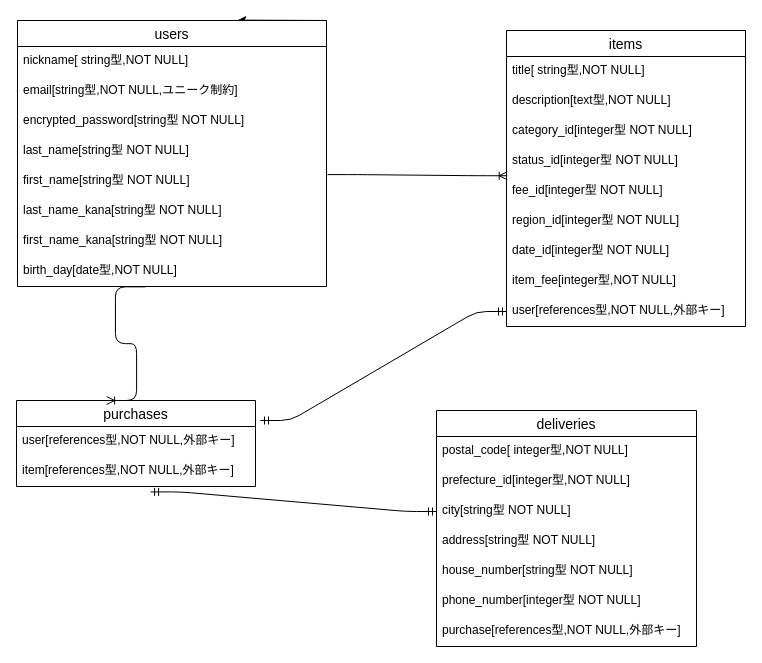
This is ER.dio from tokuno-masahiko/furima-38423, a draw.io file, before an edit. Source tidied: cells renumbered, new cells numbered last; positions are measured from the earlier drawing's top-left corner, leaving out a move shared by most shapes. Both pictures are drawn from the tidied source at 100%, with x=0, y=0 at pixel (16, 20).
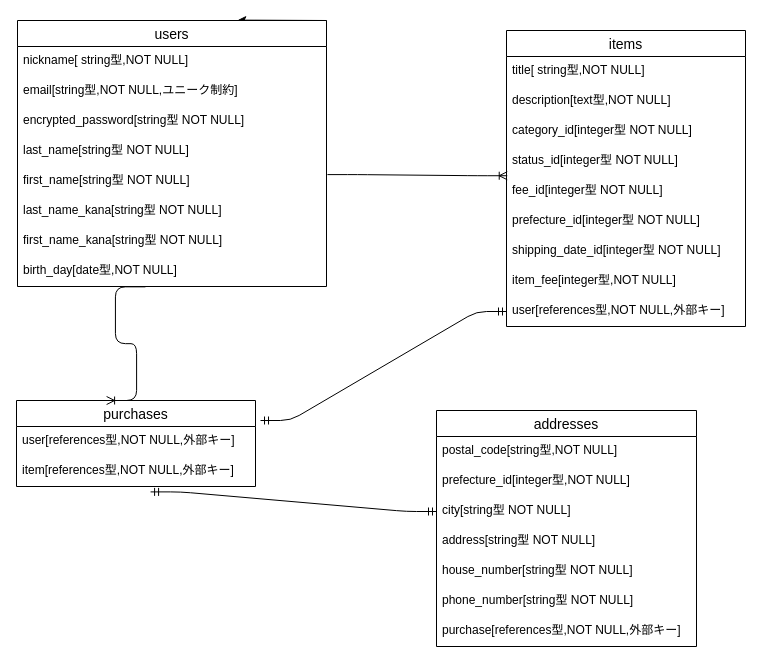
The same diagram, later.

Commit message (it also covers changes not shown here):
DB設計　再手直し

Unchanged cells that the change refers to:
```xml
<mxCell id="12" value="items" style="swimlane;fontStyle=0;horizontal=1;startSize=26;align=center;fontSize=14;" parent="1" vertex="1">
  <mxGeometry x="490" y="10" width="239" height="296" as="geometry" />
</mxCell>
```

What changed in the source:
```diff
@@
-    <mxCell id="18" value="region_id[integer型 NOT NULL]" style="text;strokeColor=none;fillColor=none;spacingLeft=4;spacingRight=4;overflow=hidden;fontSize=12;" parent="12" vertex="1">
+    <mxCell id="18" value="prefecture_id[integer型 NOT NULL]" style="text;strokeColor=none;fillColor=none;spacingLeft=4;spacingRight=4;overflow=hidden;fontSize=12;" parent="12" vertex="1">
       <mxGeometry y="176" width="239" height="30" as="geometry" />
     </mxCell>
-    <mxCell id="19" value="date_id[integer型 NOT NULL]" style="text;strokeColor=none;fillColor=none;spacingLeft=4;spacingRight=4;overflow=hidden;fontSize=12;" parent="12" vertex="1">
+    <mxCell id="19" value="shipping_date_id[integer型 NOT NULL]" style="text;strokeColor=none;fillColor=none;spacingLeft=4;spacingRight=4;overflow=hidden;fontSize=12;" parent="12" vertex="1">
       <mxGeometry y="206" width="239" height="30" as="geometry" />
     </mxCell>
@@
-    <mxCell id="29" value="deliveries" style="swimlane;fontStyle=0;horizontal=1;startSize=26;align=center;fontSize=14;" parent="1" vertex="1">
+    <mxCell id="29" value="addresses" style="swimlane;fontStyle=0;horizontal=1;startSize=26;align=center;fontSize=14;" parent="1" vertex="1">
       <mxGeometry x="420" y="390" width="260" height="236" as="geometry" />
     </mxCell>
-    <mxCell id="30" value="postal_code[ integer型,NOT NULL]" style="text;strokeColor=none;fillColor=none;spacingLeft=4;spacingRight=4;overflow=hidden;fontSize=12;" parent="29" vertex="1">
+    <mxCell id="30" value="postal_code[string型,NOT NULL]" style="text;strokeColor=none;fillColor=none;spacingLeft=4;spacingRight=4;overflow=hidden;fontSize=12;" parent="29" vertex="1">
       <mxGeometry y="26" width="260" height="30" as="geometry" />
     </mxCell>
@@
-    <mxCell id="35" value="phone_number[integer型 NOT NULL]" style="text;strokeColor=none;fillColor=none;spacingLeft=4;spacingRight=4;overflow=hidden;fontSize=12;" parent="29" vertex="1">
+    <mxCell id="35" value="phone_number[string型 NOT NULL]" style="text;strokeColor=none;fillColor=none;spacingLeft=4;spacingRight=4;overflow=hidden;fontSize=12;" parent="29" vertex="1">
       <mxGeometry y="176" width="260" height="30" as="geometry" />
     </mxCell>
```
